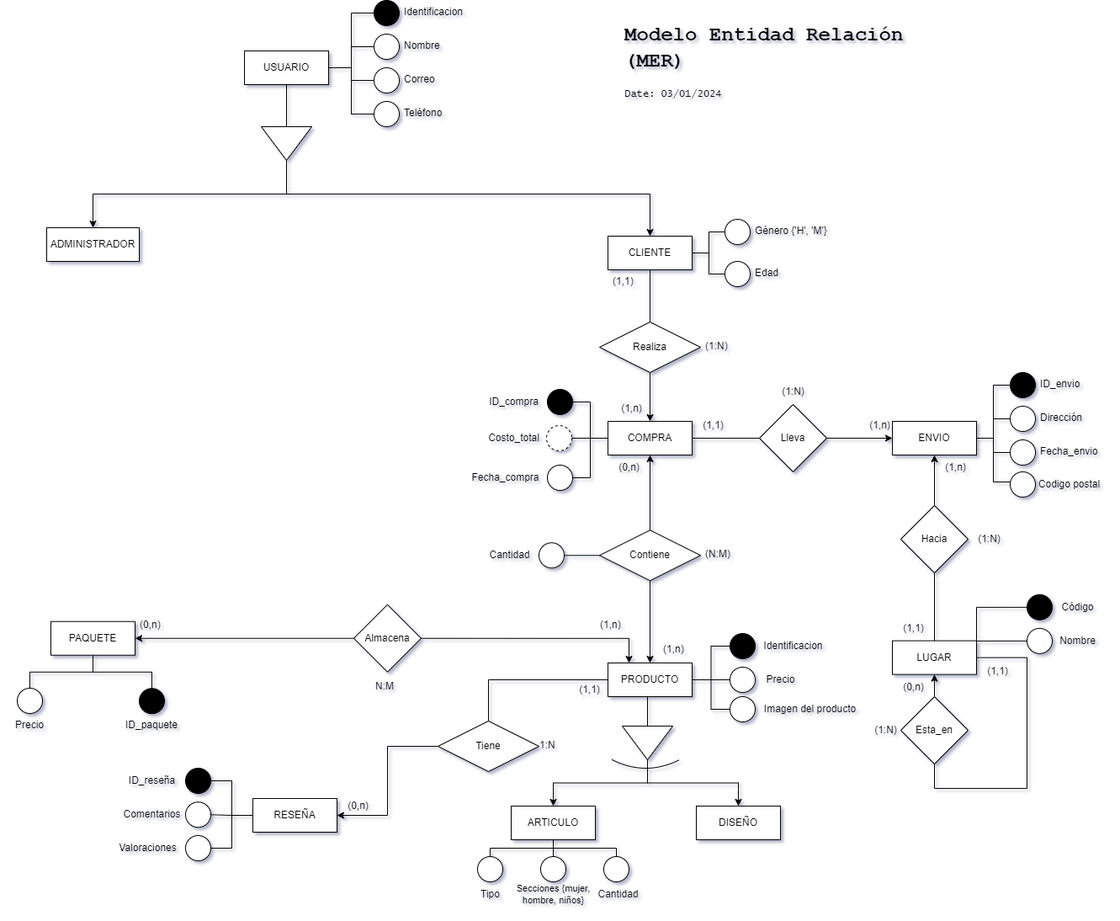
Before: images/MER.png, a diagram exported from draw.io (DCajiao/sportswear_store). Source tidied: cells renumbered, new cells last; positions are measured from the earlier drawing's top-left corner, leaving out a move shared by most shapes.
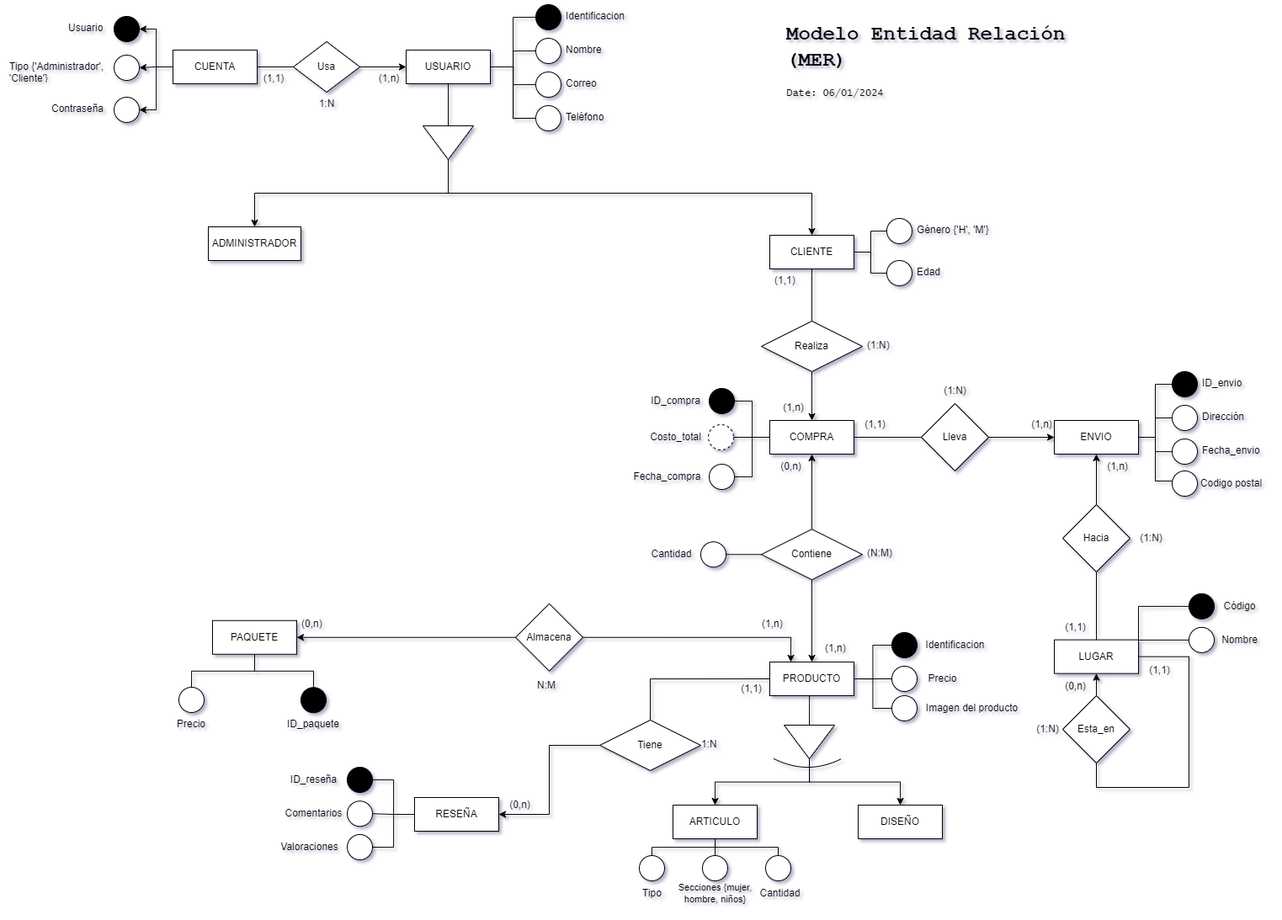
Above is the later version.

Diff of the diagram source:
```diff
@@ -100,7 +100,7 @@
       <mxGeometry x="897" y="792" width="60" height="30" as="geometry" />
     </mxCell>
     <mxCell id="31" style="group;" parent="1" vertex="1">
-      <mxGeometry x="444" width="110" height="30" as="geometry" />
+      <mxGeometry x="444" y="6" width="110" height="30" as="geometry" />
     </mxCell>
     <mxCell id="32" style="ellipse;whiteSpace=wrap;html=1;align=center;fillColor=#000000;" parent="31" vertex="1">
       <mxGeometry width="30" height="30" as="geometry" />
@@ -109,7 +109,7 @@
       <mxGeometry x="30" width="80" height="30" as="geometry" />
     </mxCell>
     <mxCell id="34" style="group;" parent="1" vertex="1">
-      <mxGeometry x="444" y="40" width="90" height="30" as="geometry" />
+      <mxGeometry x="444" y="46" width="90" height="30" as="geometry" />
     </mxCell>
     <mxCell id="35" style="ellipse;whiteSpace=wrap;html=1;align=center;fillColor=#FFFFFF;" parent="34" vertex="1">
       <mxGeometry width="30" height="30" as="geometry" />
@@ -118,7 +118,7 @@
       <mxGeometry x="30" width="60" height="30" as="geometry" />
     </mxCell>
     <mxCell id="37" style="group;" parent="1" vertex="1">
-      <mxGeometry x="444" y="80" width="80" height="30" as="geometry" />
+      <mxGeometry x="444" y="86" width="80" height="30" as="geometry" />
     </mxCell>
     <mxCell id="38" style="ellipse;whiteSpace=wrap;html=1;align=center;fillColor=#FFFFFF;" parent="37" vertex="1">
       <mxGeometry width="30" height="30" as="geometry" />
@@ -126,18 +126,18 @@
     <mxCell id="39" value="Correo" style="text;strokeColor=none;fillColor=none;spacingLeft=4;spacingRight=4;overflow=hidden;fontSize=12;whiteSpace=wrap;html=1;" parent="37" vertex="1">
       <mxGeometry x="30" width="50" height="30" as="geometry" />
     </mxCell>
-    <mxCell id="40" value="Teléfono" style="text;strokeColor=none;fillColor=none;spacingLeft=4;spacingRight=4;overflow=hidden;fontSize=12;whiteSpace=wrap;html=1;" parent="1" vertex="1">
-      <mxGeometry x="474" y="120" width="66" height="30" as="geometry" />
-    </mxCell>
     <mxCell id="41" style="ellipse;whiteSpace=wrap;html=1;align=center;fillColor=#FFFFFF;" parent="1" vertex="1">
       <mxGeometry x="717" y="1017" width="30" height="30" as="geometry" />
     </mxCell>
     <mxCell id="42" style="group;" parent="1" vertex="1">
-      <mxGeometry x="444" y="120" width="86" height="30" as="geometry" />
+      <mxGeometry x="444" y="126" width="96" height="30" as="geometry" />
     </mxCell>
     <mxCell id="43" style="ellipse;whiteSpace=wrap;html=1;align=center;fillColor=#FFFFFF;" parent="42" vertex="1">
       <mxGeometry width="30" height="30" as="geometry" />
     </mxCell>
+    <mxCell id="40" value="Teléfono" style="text;strokeColor=none;fillColor=none;spacingLeft=4;spacingRight=4;overflow=hidden;fontSize=12;whiteSpace=wrap;html=1;" parent="42" vertex="1">
+      <mxGeometry x="30" width="66" height="30" as="geometry" />
+    </mxCell>
     <mxCell id="44" value="Tipo" style="text;html=1;align=center;verticalAlign=middle;strokeColor=none;fillColor=none;" parent="1" vertex="1">
       <mxGeometry x="557" y="1047" width="50" height="30" as="geometry" />
     </mxCell>
@@ -510,8 +510,59 @@
     <mxCell id="154" value="(1,1)" style="text;html=1;align=center;verticalAlign=middle;strokeColor=none;fillColor=none;" parent="1" vertex="1">
       <mxGeometry x="675" y="804" width="50" height="30" as="geometry" />
     </mxCell>
-    <mxCell id="155" value="&lt;h1&gt;&lt;font face=&quot;Courier New&quot;&gt;Modelo Entidad Relación (MER)&lt;/font&gt;&lt;/h1&gt;&lt;div&gt;&lt;font face=&quot;Lucida Console&quot;&gt;Date: 03/01/2024&lt;/font&gt;&lt;/div&gt;" style="text;html=1;spacing=5;spacingTop=-20;whiteSpace=wrap;overflow=hidden;rounded=0;fillColor=none;" parent="1" vertex="1">
+    <mxCell id="155" value="&lt;h1&gt;&lt;font face=&quot;Courier New&quot;&gt;Modelo Entidad Relación (MER)&lt;/font&gt;&lt;/h1&gt;&lt;div&gt;&lt;font face=&quot;Lucida Console&quot;&gt;Date: 06/01/2024&lt;/font&gt;&lt;/div&gt;" style="text;html=1;spacing=5;spacingTop=-20;whiteSpace=wrap;overflow=hidden;rounded=0;fillColor=none;" parent="1" vertex="1">
       <mxGeometry x="736.5" y="20" width="373.5" height="120" as="geometry" />
     </mxCell>
+    <mxCell id="156" style="group;" parent="1" vertex="1">
+      <mxGeometry x="-122" y="16" width="150" height="150" as="geometry" />
+    </mxCell>
+    <mxCell id="157" style="edgeStyle=orthogonalEdgeStyle;rounded=0;jettySize=auto;html=1;entryX=1;entryY=0.5;entryDx=0;entryDy=0;" parent="156" edge="1" source="160" target="161">
+      <mxGeometry relative="1" as="geometry" />
+    </mxCell>
+    <mxCell id="158" style="edgeStyle=orthogonalEdgeStyle;rounded=0;jettySize=auto;html=1;entryX=1;entryY=0.5;entryDx=0;entryDy=0;" parent="156" edge="1" source="160" target="162">
+      <mxGeometry relative="1" as="geometry" />
+    </mxCell>
+    <mxCell id="159" style="edgeStyle=orthogonalEdgeStyle;rounded=0;jettySize=auto;html=1;entryX=1;entryY=0.5;entryDx=0;entryDy=0;" parent="156" edge="1" source="160" target="165">
+      <mxGeometry relative="1" as="geometry" />
+    </mxCell>
+    <mxCell id="160" value="CUENTA" style="whiteSpace=wrap;html=1;align=center;" parent="156" vertex="1">
+      <mxGeometry x="135" y="44" width="100" height="40" as="geometry" />
+    </mxCell>
+    <mxCell id="161" style="ellipse;whiteSpace=wrap;html=1;align=center;fillColor=#000000;" parent="156" vertex="1">
+      <mxGeometry x="65" y="4" width="30" height="30" as="geometry" />
+    </mxCell>
+    <mxCell id="162" style="ellipse;whiteSpace=wrap;html=1;align=center;fillColor=#FFFFFF;" parent="156" vertex="1">
+      <mxGeometry x="65" y="50" width="30" height="30" as="geometry" />
+    </mxCell>
+    <mxCell id="163" value="Usuario" style="text;strokeColor=none;fillColor=none;spacingLeft=4;spacingRight=4;overflow=hidden;fontSize=12;whiteSpace=wrap;html=1;" parent="156" vertex="1">
+      <mxGeometry x="5" y="4" width="60" height="30" as="geometry" />
+    </mxCell>
+    <mxCell id="164" value="Tipo {'Administrador', 'Cliente'}" style="text;strokeColor=none;fillColor=none;spacingLeft=4;spacingRight=4;overflow=hidden;fontSize=12;whiteSpace=wrap;html=1;" parent="156" vertex="1">
+      <mxGeometry x="-65" y="50" width="130" height="30" as="geometry" />
+    </mxCell>
+    <mxCell id="165" style="ellipse;whiteSpace=wrap;html=1;align=center;fillColor=#FFFFFF;" parent="156" vertex="1">
+      <mxGeometry x="65" y="100" width="30" height="30" as="geometry" />
+    </mxCell>
+    <mxCell id="166" value="Contraseña" style="text;strokeColor=none;fillColor=none;spacingLeft=4;spacingRight=4;overflow=hidden;fontSize=12;whiteSpace=wrap;html=1;" parent="156" vertex="1">
+      <mxGeometry x="-15" y="100" width="80" height="30" as="geometry" />
+    </mxCell>
+    <mxCell id="167" style="edgeStyle=orthogonalEdgeStyle;rounded=0;jettySize=auto;html=1;entryX=0;entryY=0.5;entryDx=0;entryDy=0;" parent="1" edge="1" source="168" target="7">
+      <mxGeometry relative="1" as="geometry" />
+    </mxCell>
+    <mxCell id="168" value="Usa" style="shape=rhombus;perimeter=rhombusPerimeter;whiteSpace=wrap;html=1;align=center;" parent="1" vertex="1">
+      <mxGeometry x="156" y="50" width="79" height="60" as="geometry" />
+    </mxCell>
+    <mxCell id="169" style="edgeStyle=orthogonalEdgeStyle;rounded=0;jettySize=auto;html=1;exitX=1;exitY=0.5;exitDx=0;exitDy=0;endArrow=none;endFill=0;" parent="1" edge="1" source="160" target="168">
+      <mxGeometry relative="1" as="geometry" />
+    </mxCell>
+    <mxCell id="170" value="1:N" style="text;strokeColor=none;fillColor=none;spacingLeft=4;spacingRight=4;overflow=hidden;fontSize=12;whiteSpace=wrap;html=1;align=center;" parent="1" vertex="1">
+      <mxGeometry x="175.5" y="110" width="40" height="30" as="geometry" />
+    </mxCell>
+    <mxCell id="171" value="(1,1)" style="text;strokeColor=none;fillColor=none;spacingLeft=4;spacingRight=4;overflow=hidden;fontSize=12;whiteSpace=wrap;html=1;align=center;" parent="1" vertex="1">
+      <mxGeometry x="113" y="80" width="40" height="30" as="geometry" />
+    </mxCell>
+    <mxCell id="172" value="(1,n)" style="text;strokeColor=none;fillColor=none;spacingLeft=4;spacingRight=4;overflow=hidden;fontSize=12;whiteSpace=wrap;html=1;align=center;" parent="1" vertex="1">
+      <mxGeometry x="250" y="80" width="40" height="30" as="geometry" />
+    </mxCell>
   </root>
 </mxGraphModel>
```
